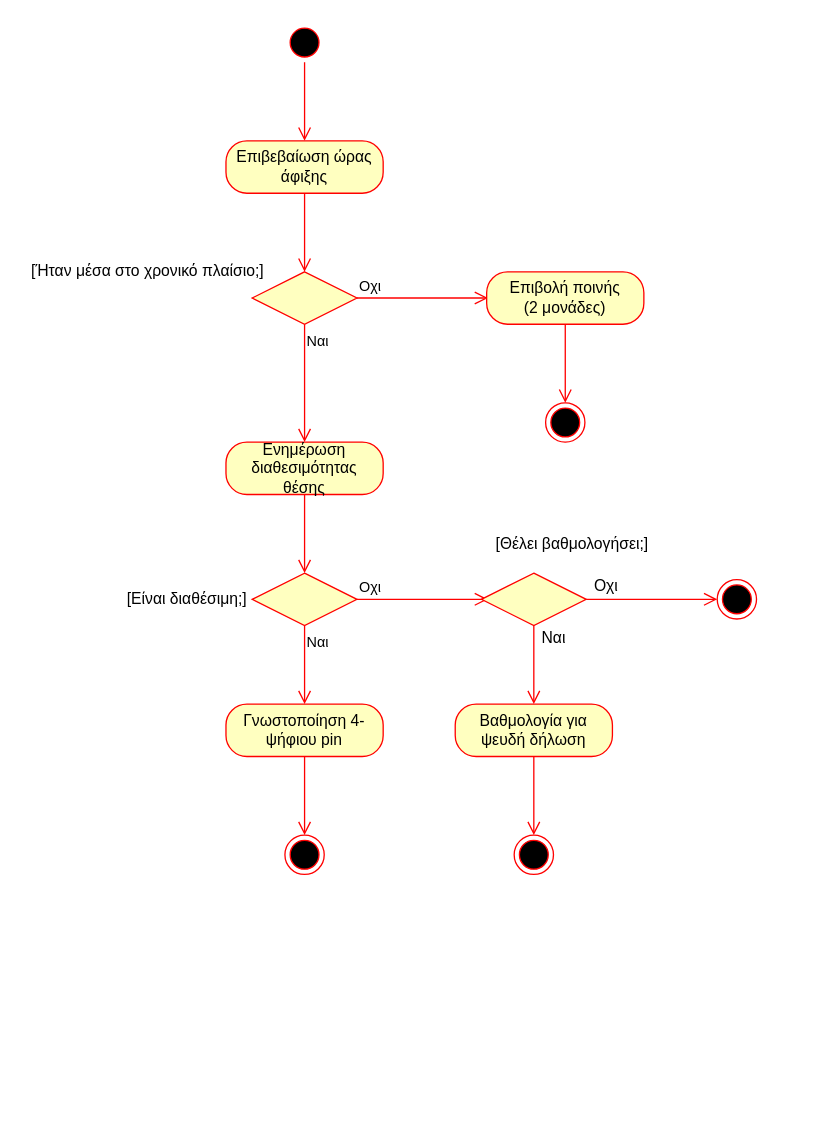
Above: requirements/DRAWIO files/ΕπιβεβαίωσηΔιαθεσιμότηταςΘέσης_ΑCTIVITY.drawio in ntinouldinho/Parking-App (draw.io), before the change. Source tidied: cells renumbered, new cells numbered last; positions are measured from the earlier drawing's top-left corner, leaving out a move shared by most shapes. Both pictures are drawn from the tidied source at 131%, with x=0, y=0 at pixel (22, 22).
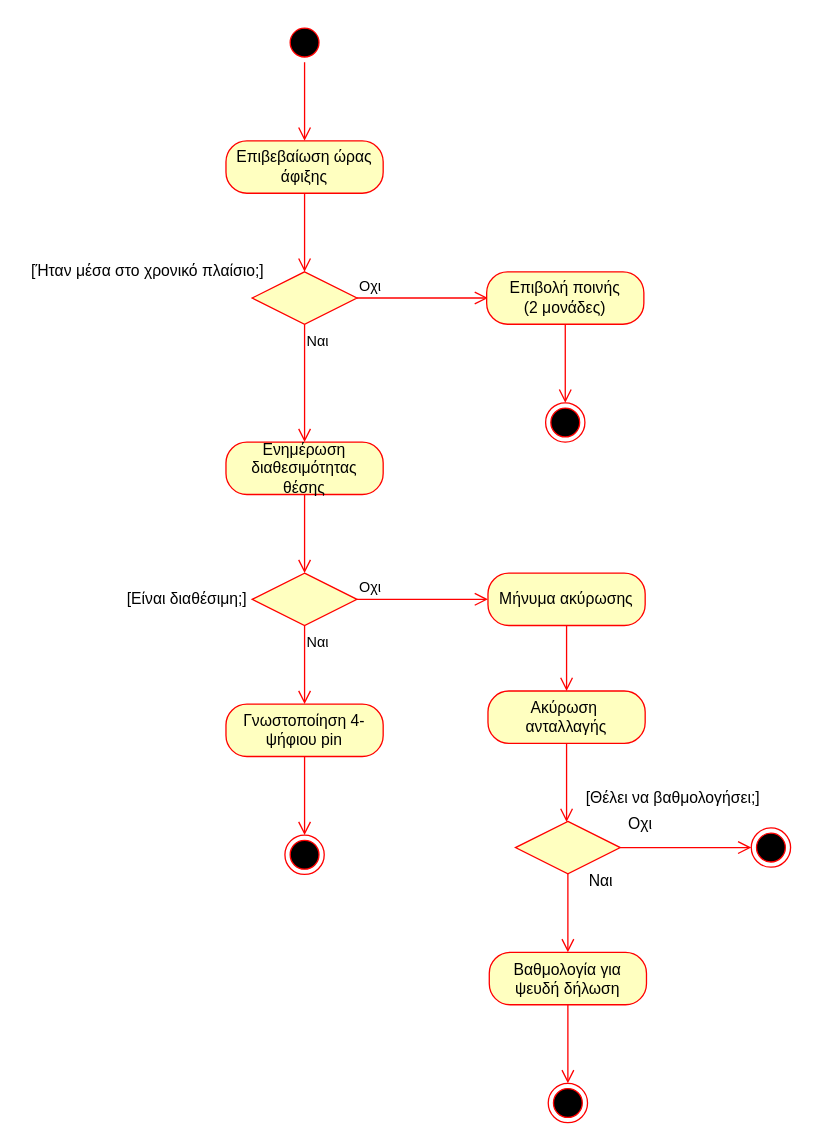
After the change.

The edit, as a diff of the source:
```diff
@@
     <mxCell id="10" style="rhombus;whiteSpace=wrap;html=1;fillColor=#ffffc0;strokeColor=#ff0000;" parent="1" vertex="1">
-      <mxGeometry x="350" y="420" width="80" height="40" as="geometry" />
+      <mxGeometry x="376" y="609.5" width="80" height="40" as="geometry" />
     </mxCell>
     <mxCell id="11" style="edgeStyle=orthogonalEdgeStyle;html=1;align=left;verticalAlign=bottom;endArrow=open;endSize=8;strokeColor=#ff0000;" parent="1" edge="1" source="10">
       <mxGeometry x="-0.8" y="10" relative="1" as="geometry">
-        <mxPoint x="530" y="440" as="targetPoint" />
+        <mxPoint x="556" y="629.5" as="targetPoint" />
       </mxGeometry>
     </mxCell>
     <mxCell id="12" style="edgeStyle=orthogonalEdgeStyle;html=1;align=left;verticalAlign=top;endArrow=open;endSize=8;strokeColor=#ff0000;" parent="1" edge="1" source="10">
       <mxGeometry x="-1" relative="1" as="geometry">
-        <mxPoint x="390" y="520" as="targetPoint" />
+        <mxPoint x="416" y="709.5" as="targetPoint" />
       </mxGeometry>
     </mxCell>
-    <mxCell id="13" value="[Θέλει βαθμολογήσει;]" style="text;html=1;align=center;verticalAlign=middle;" parent="1" vertex="1">
-      <mxGeometry x="354" y="388" width="130" height="20" as="geometry" />
+    <mxCell id="13" value="[Θέλει να βαθμολογήσει;]" style="text;html=1;align=center;verticalAlign=middle;" parent="1" vertex="1">
+      <mxGeometry x="421" y="582" width="150" height="20" as="geometry" />
     </mxCell>
     <mxCell id="14" style="ellipse;html=1;shape=endState;fillColor=#000000;strokeColor=#ff0000;" parent="1" vertex="1">
-      <mxGeometry x="530" y="425" width="30" height="30" as="geometry" />
+      <mxGeometry x="556" y="614.5" width="30" height="30" as="geometry" />
     </mxCell>
     <mxCell id="15" value="Οχι" style="text;html=1;align=center;verticalAlign=middle;" parent="1" vertex="1">
-      <mxGeometry x="430" y="420" width="30" height="20" as="geometry" />
+      <mxGeometry x="456" y="602" width="30" height="20" as="geometry" />
     </mxCell>
     <mxCell id="16" value="Ναι" style="text;html=1;align=center;verticalAlign=middle;" parent="1" vertex="1">
-      <mxGeometry x="390" y="460" width="30" height="20" as="geometry" />
+      <mxGeometry x="426" y="644.5" width="30" height="20" as="geometry" />
     </mxCell>
     <mxCell id="17" value="Βαθμολογία για ψευδή δήλωση" style="rounded=1;whiteSpace=wrap;html=1;arcSize=40;fontColor=#000000;fillColor=#ffffc0;strokeColor=#ff0000;" parent="1" vertex="1">
-      <mxGeometry x="330" y="520" width="120" height="40" as="geometry" />
+      <mxGeometry x="356" y="709.5" width="120" height="40" as="geometry" />
     </mxCell>
     <mxCell id="18" style="edgeStyle=orthogonalEdgeStyle;html=1;verticalAlign=bottom;endArrow=open;endSize=8;strokeColor=#ff0000;" parent="1" edge="1" source="17">
       <mxGeometry relative="1" as="geometry">
-        <mxPoint x="390" y="620" as="targetPoint" />
+        <mxPoint x="416" y="809.5" as="targetPoint" />
       </mxGeometry>
     </mxCell>
     <mxCell id="19" style="ellipse;html=1;shape=endState;fillColor=#000000;strokeColor=#ff0000;" parent="1" vertex="1">
-      <mxGeometry x="375" y="620" width="30" height="30" as="geometry" />
+      <mxGeometry x="401" y="809.5" width="30" height="30" as="geometry" />
     </mxCell>
@@
+    <mxCell id="32" value="Μήνυμα ακύρωσης" style="rounded=1;whiteSpace=wrap;html=1;arcSize=40;fontColor=#000000;fillColor=#ffffc0;strokeColor=#ff0000;" parent="1" vertex="1">
+      <mxGeometry x="355" y="420" width="120" height="40" as="geometry" />
+    </mxCell>
+    <mxCell id="33" style="edgeStyle=orthogonalEdgeStyle;html=1;verticalAlign=bottom;endArrow=open;endSize=8;strokeColor=#ff0000;" parent="1" edge="1" source="32">
+      <mxGeometry relative="1" as="geometry">
+        <mxPoint x="415" y="510" as="targetPoint" />
+      </mxGeometry>
+    </mxCell>
+    <mxCell id="34" value="Ακύρωση&amp;nbsp;&lt;br&gt;ανταλλαγής" style="rounded=1;whiteSpace=wrap;html=1;arcSize=40;fontColor=#000000;fillColor=#ffffc0;strokeColor=#ff0000;" parent="1" vertex="1">
+      <mxGeometry x="355" y="510" width="120" height="40" as="geometry" />
+    </mxCell>
+    <mxCell id="35" style="edgeStyle=orthogonalEdgeStyle;html=1;verticalAlign=bottom;endArrow=open;endSize=8;strokeColor=#ff0000;" parent="1" edge="1" source="34">
+      <mxGeometry relative="1" as="geometry">
+        <mxPoint x="415" y="610" as="targetPoint" />
+      </mxGeometry>
+    </mxCell>
```
